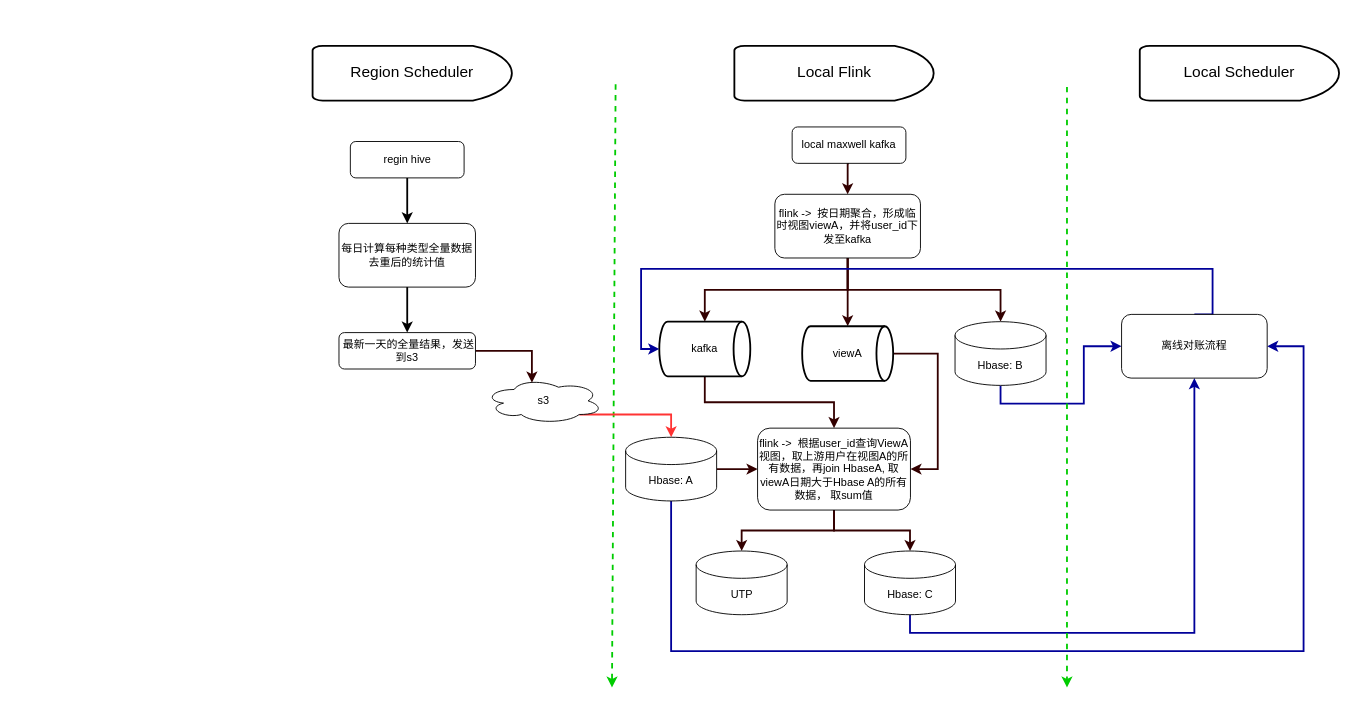
Earlier version of the draw.io diagram 未命名绘图.drawio (LadyTao/flink-study). Source tidied: cells renumbered, new cells numbered last; positions are measured from the earlier drawing's top-left corner, leaving out a move shared by most shapes. Both pictures are drawn from the tidied source at 91%, with x=0, y=0 at pixel (312, 46).
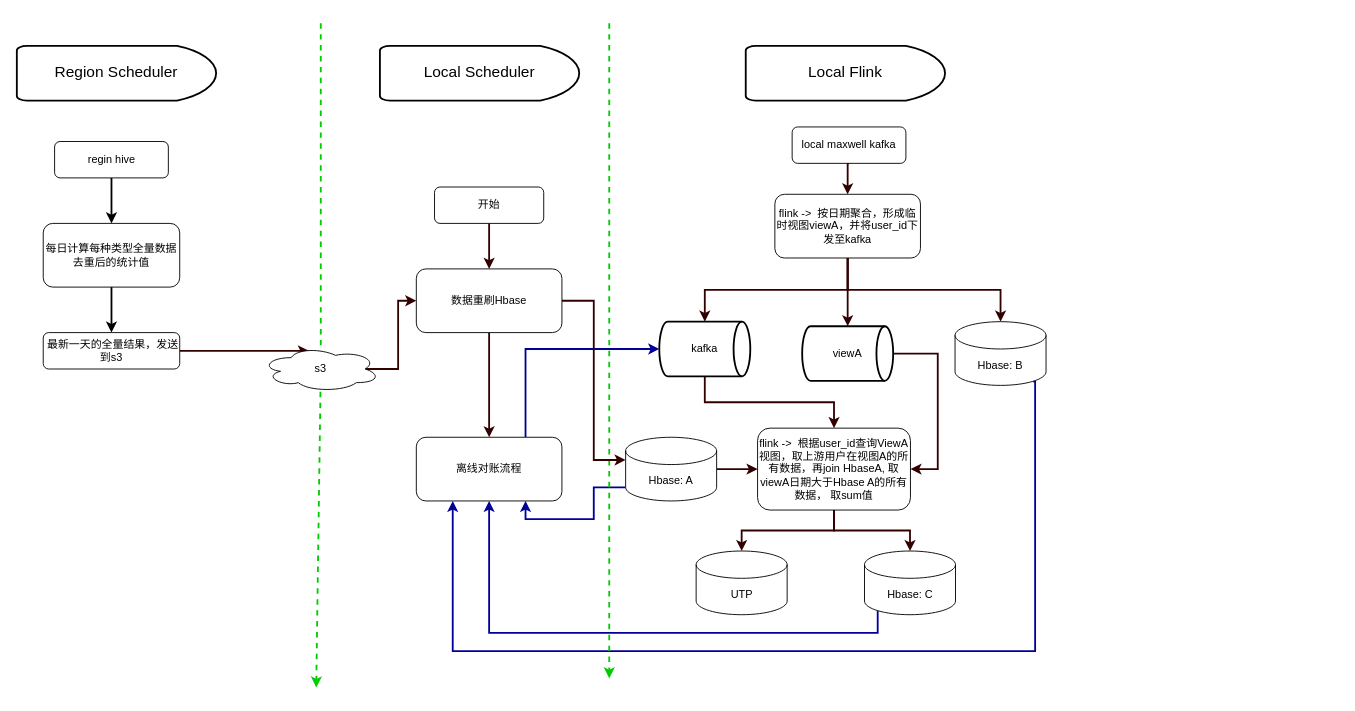
The same diagram, later.

Commit message (it also covers changes not shown here):
更新未命名绘图.drawio

The change refers to these unchanged cells:
```xml
<mxCell id="15" value="Hbase: A" style="shape=cylinder3;whiteSpace=wrap;html=1;boundedLbl=1;backgroundOutline=1;size=15;" parent="1" vertex="1">
  <mxGeometry x="344" y="430" width="100" height="70" as="geometry" />
</mxCell>
<mxCell id="21" value="kafka" style="strokeWidth=2;html=1;shape=mxgraph.flowchart.direct_data;whiteSpace=wrap;" parent="1" vertex="1">
  <mxGeometry x="381" y="303" width="100" height="60" as="geometry" />
</mxCell>
<mxCell id="26" value="Hbase: C" style="shape=cylinder3;whiteSpace=wrap;html=1;boundedLbl=1;backgroundOutline=1;size=15;" parent="1" vertex="1">
  <mxGeometry x="606.5" y="555" width="100" height="70" as="geometry" />
</mxCell>
<mxCell id="31" value="Hbase: B" style="shape=cylinder3;whiteSpace=wrap;html=1;boundedLbl=1;backgroundOutline=1;size=15;" parent="1" vertex="1">
  <mxGeometry x="706" y="303" width="100" height="70" as="geometry" />
</mxCell>
```

Change to the diagram source:
```diff
@@
-    <mxCell id="2" style="edgeStyle=none;orthogonalLoop=1;jettySize=auto;html=1;rounded=0;strokeWidth=2;dashed=1;strokeColor=#00CC00;" parent="1" edge="1">
+    <mxCell id="2" style="edgeStyle=none;jettySize=auto;html=1;rounded=0;strokeWidth=2;dashed=1;strokeColor=#00CC00;startArrow=none;" parent="1" edge="1" source="10">
       <mxGeometry relative="1" as="geometry">
-        <mxPoint x="333" y="42" as="sourcePoint" />
-        <mxPoint x="329" y="705" as="targetPoint" />
+        <mxPoint x="4" y="705" as="targetPoint" />
       </mxGeometry>
     </mxCell>
@@
     <mxCell id="4" value="regin hive" style="rounded=1;whiteSpace=wrap;html=1;" parent="1" vertex="1">
-      <mxGeometry x="41.5" y="105" width="125" height="40" as="geometry" />
+      <mxGeometry x="-283.5" y="105" width="125" height="40" as="geometry" />
     </mxCell>
@@
     <mxCell id="8" value="每日计算每种类型全量数据去重后的统计值" style="rounded=1;whiteSpace=wrap;html=1;" parent="1" vertex="1">
-      <mxGeometry x="29" y="195" width="150" height="70" as="geometry" />
+      <mxGeometry x="-296" y="195" width="150" height="70" as="geometry" />
     </mxCell>
-    <mxCell id="9" style="edgeStyle=orthogonalEdgeStyle;rounded=0;jettySize=auto;html=1;exitX=0.8;exitY=0.8;exitDx=0;exitDy=0;exitPerimeter=0;entryX=0.5;entryY=0;entryDx=0;entryDy=0;entryPerimeter=0;strokeColor=#FF3333;strokeWidth=2;" parent="1" edge="1" source="10" target="15">
-      <mxGeometry relative="1" as="geometry" />
-    </mxCell>
-    <mxCell id="10" value="s3" style="ellipse;shape=cloud;whiteSpace=wrap;html=1;" parent="1" vertex="1">
-      <mxGeometry x="189" y="365" width="130" height="50" as="geometry" />
-    </mxCell>
@@
     <mxCell id="12" value="&amp;nbsp;最新一天的全量结果，发送到s3" style="rounded=1;whiteSpace=wrap;html=1;" parent="1" vertex="1">
-      <mxGeometry x="29" y="315" width="150" height="40" as="geometry" />
+      <mxGeometry x="-296" y="315" width="150" height="40" as="geometry" />
     </mxCell>
@@
-    <mxCell id="14" style="edgeStyle=orthogonalEdgeStyle;rounded=0;jettySize=auto;html=1;exitX=0.5;exitY=1;exitDx=0;exitDy=0;exitPerimeter=0;entryX=1;entryY=0.5;entryDx=0;entryDy=0;strokeColor=#000099;strokeWidth=2;fontSize=17;" parent="1" edge="1" source="15" target="37">
-      <mxGeometry relative="1" as="geometry">
-        <Array as="points">
-          <mxPoint x="394" y="665" />
-          <mxPoint x="1089" y="665" />
-          <mxPoint x="1089" y="330" />
-        </Array>
-      </mxGeometry>
+    <mxCell id="14" style="edgeStyle=orthogonalEdgeStyle;rounded=0;jettySize=auto;html=1;exitX=0;exitY=1;exitDx=0;exitDy=-15;exitPerimeter=0;entryX=0.75;entryY=1;entryDx=0;entryDy=0;strokeColor=#000099;strokeWidth=2;fontSize=17;" parent="1" edge="1" source="15" target="37">
+      <mxGeometry relative="1" as="geometry" />
     </mxCell>
@@
-    <mxCell id="25" style="edgeStyle=orthogonalEdgeStyle;rounded=0;jettySize=auto;html=1;exitX=0.5;exitY=1;exitDx=0;exitDy=0;exitPerimeter=0;entryX=0.5;entryY=1;entryDx=0;entryDy=0;strokeColor=#000099;strokeWidth=2;fontSize=17;" parent="1" edge="1" source="26" target="37">
-      <mxGeometry relative="1" as="geometry" />
+    <mxCell id="25" style="edgeStyle=orthogonalEdgeStyle;rounded=0;jettySize=auto;html=1;exitX=0.145;exitY=1;exitDx=0;exitDy=-4.35;exitPerimeter=0;entryX=0.5;entryY=1;entryDx=0;entryDy=0;strokeColor=#000099;strokeWidth=2;fontSize=17;" parent="1" edge="1" source="26" target="37">
+      <mxGeometry relative="1" as="geometry">
+        <Array as="points">
+          <mxPoint x="621" y="645" />
+          <mxPoint x="194" y="645" />
+        </Array>
+      </mxGeometry>
     </mxCell>
@@
-    <mxCell id="30" style="edgeStyle=orthogonalEdgeStyle;rounded=0;jettySize=auto;html=1;exitX=0.5;exitY=1;exitDx=0;exitDy=0;exitPerimeter=0;entryX=0;entryY=0.5;entryDx=0;entryDy=0;strokeColor=#000099;strokeWidth=2;fontSize=17;" parent="1" edge="1" source="31" target="37">
-      <mxGeometry relative="1" as="geometry" />
+    <mxCell id="30" style="edgeStyle=orthogonalEdgeStyle;rounded=0;jettySize=auto;html=1;exitX=0.855;exitY=1;exitDx=0;exitDy=-4.35;exitPerimeter=0;entryX=0.25;entryY=1;entryDx=0;entryDy=0;strokeColor=#000099;strokeWidth=2;fontSize=17;" parent="1" edge="1" source="31" target="37">
+      <mxGeometry relative="1" as="geometry">
+        <Array as="points">
+          <mxPoint x="794" y="369" />
+          <mxPoint x="794" y="665" />
+          <mxPoint x="154" y="665" />
+        </Array>
+      </mxGeometry>
     </mxCell>
@@
     <mxCell id="32" value="&lt;font style=&quot;font-size: 17px;&quot;&gt;Region Scheduler&lt;/font&gt;" style="strokeWidth=2;html=1;shape=mxgraph.flowchart.delay;whiteSpace=wrap;fontSize=16;" parent="1" vertex="1">
-      <mxGeometry width="219" height="60" as="geometry" />
+      <mxGeometry x="-325" width="219" height="60" as="geometry" />
     </mxCell>
     <mxCell id="33" value="&lt;font style=&quot;font-size: 17px;&quot;&gt;Local Flink&lt;/font&gt;" style="strokeWidth=2;html=1;shape=mxgraph.flowchart.delay;whiteSpace=wrap;fontSize=16;" parent="1" vertex="1">
-      <mxGeometry x="463.5" width="219" height="60" as="geometry" />
+      <mxGeometry x="476" width="219" height="60" as="geometry" />
     </mxCell>
     <mxCell id="34" value="&lt;font style=&quot;font-size: 17px;&quot;&gt;Local Scheduler&lt;/font&gt;" style="strokeWidth=2;html=1;shape=mxgraph.flowchart.delay;whiteSpace=wrap;fontSize=16;" parent="1" vertex="1">
-      <mxGeometry x="909" width="219" height="60" as="geometry" />
+      <mxGeometry x="74" width="219" height="60" as="geometry" />
     </mxCell>
     <mxCell id="35" style="edgeStyle=none;orthogonalLoop=1;jettySize=auto;html=1;rounded=0;strokeWidth=2;dashed=1;strokeColor=#00CC00;" parent="1" edge="1">
       <mxGeometry relative="1" as="geometry">
-        <mxPoint x="829" y="45" as="sourcePoint" />
-        <mxPoint x="829" y="705" as="targetPoint" />
+        <mxPoint x="326" y="-25" as="sourcePoint" />
+        <mxPoint x="326" y="695" as="targetPoint" />
       </mxGeometry>
     </mxCell>
-    <mxCell id="36" style="edgeStyle=orthogonalEdgeStyle;rounded=0;jettySize=auto;html=1;exitX=0.5;exitY=0;exitDx=0;exitDy=0;entryX=0;entryY=0.5;entryDx=0;entryDy=0;entryPerimeter=0;strokeColor=#000099;strokeWidth=2;fontSize=17;" parent="1" edge="1" source="37" target="21">
-      <mxGeometry relative="1" as="geometry">
-        <Array as="points">
-          <mxPoint x="989" y="245" />
-          <mxPoint x="361" y="245" />
-          <mxPoint x="361" y="333" />
-        </Array>
-      </mxGeometry>
+    <mxCell id="36" style="edgeStyle=orthogonalEdgeStyle;rounded=0;jettySize=auto;html=1;exitX=0.75;exitY=0;exitDx=0;exitDy=0;entryX=0;entryY=0.5;entryDx=0;entryDy=0;entryPerimeter=0;strokeColor=#000099;strokeWidth=2;fontSize=17;" parent="1" edge="1" source="37" target="21">
+      <mxGeometry relative="1" as="geometry" />
     </mxCell>
     <mxCell id="37" value="离线对账流程" style="rounded=1;whiteSpace=wrap;html=1;" parent="1" vertex="1">
-      <mxGeometry x="889" y="295" width="160" height="70" as="geometry" />
+      <mxGeometry x="114" y="430" width="160" height="70" as="geometry" />
     </mxCell>
+    <mxCell id="38" style="edgeStyle=orthogonalEdgeStyle;rounded=0;jettySize=auto;html=1;exitX=0.875;exitY=0.5;exitDx=0;exitDy=0;exitPerimeter=0;entryX=0;entryY=0.5;entryDx=0;entryDy=0;strokeColor=#330000;strokeWidth=2;fontSize=17;" parent="1" edge="1" source="10" target="42">
+      <mxGeometry relative="1" as="geometry" />
+    </mxCell>
+    <mxCell id="10" value="s3" style="ellipse;shape=cloud;whiteSpace=wrap;html=1;" parent="1" vertex="1">
+      <mxGeometry x="-56" y="330" width="130" height="50" as="geometry" />
+    </mxCell>
+    <mxCell id="39" style="edgeStyle=none;jettySize=auto;html=1;rounded=0;strokeWidth=2;dashed=1;strokeColor=#00CC00;endArrow=none;" parent="1" edge="1" target="10">
+      <mxGeometry relative="1" as="geometry">
+        <mxPoint x="9" y="-25" as="sourcePoint" />
+      </mxGeometry>
+    </mxCell>
+    <mxCell id="40" style="edgeStyle=orthogonalEdgeStyle;rounded=0;jettySize=auto;html=1;exitX=1;exitY=0.5;exitDx=0;exitDy=0;entryX=0;entryY=0;entryDx=0;entryDy=25;entryPerimeter=0;strokeColor=#330000;strokeWidth=2;fontSize=17;" parent="1" edge="1" source="42" target="15">
+      <mxGeometry relative="1" as="geometry" />
+    </mxCell>
+    <mxCell id="41" style="edgeStyle=orthogonalEdgeStyle;rounded=0;jettySize=auto;html=1;exitX=0.5;exitY=1;exitDx=0;exitDy=0;entryX=0.5;entryY=0;entryDx=0;entryDy=0;strokeColor=#330000;strokeWidth=2;fontSize=17;" parent="1" edge="1" source="42" target="37">
+      <mxGeometry relative="1" as="geometry" />
+    </mxCell>
+    <mxCell id="42" value="数据重刷Hbase" style="rounded=1;whiteSpace=wrap;html=1;" parent="1" vertex="1">
+      <mxGeometry x="114" y="245" width="160" height="70" as="geometry" />
+    </mxCell>
+    <mxCell id="43" style="edgeStyle=orthogonalEdgeStyle;rounded=0;jettySize=auto;html=1;exitX=0.5;exitY=1;exitDx=0;exitDy=0;entryX=0.5;entryY=0;entryDx=0;entryDy=0;strokeColor=#330000;strokeWidth=2;fontSize=17;" parent="1" edge="1" source="44" target="42">
+      <mxGeometry relative="1" as="geometry" />
+    </mxCell>
+    <mxCell id="44" value="开始" style="rounded=1;whiteSpace=wrap;html=1;" parent="1" vertex="1">
+      <mxGeometry x="134" y="155" width="120" height="40" as="geometry" />
+    </mxCell>
```
